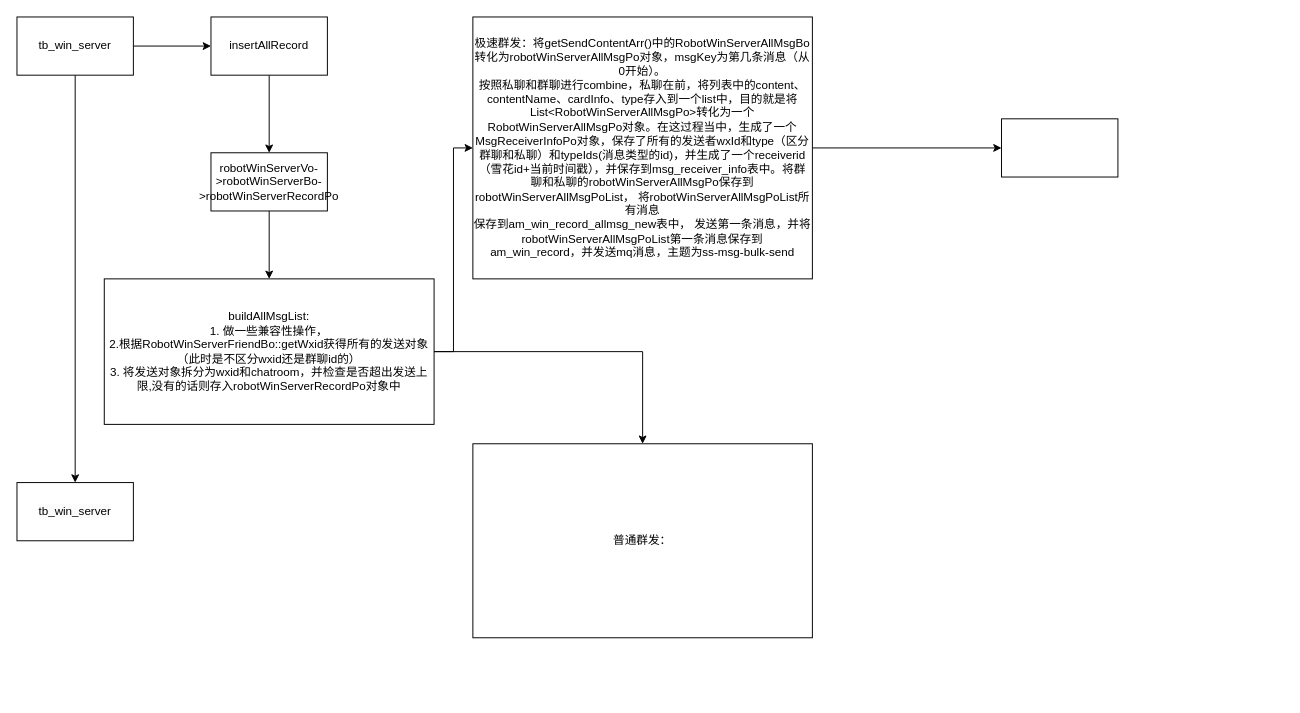
Earlier version of the draw.io diagram 通宝的群发流程图.drawio (1819011603/-). Source tidied: cells renumbered, new cells numbered last; positions are measured from the earlier drawing's top-left corner, leaving out a move shared by most shapes. Both pictures are drawn from the tidied source at 97%, with x=0, y=0 at pixel (16, 16).
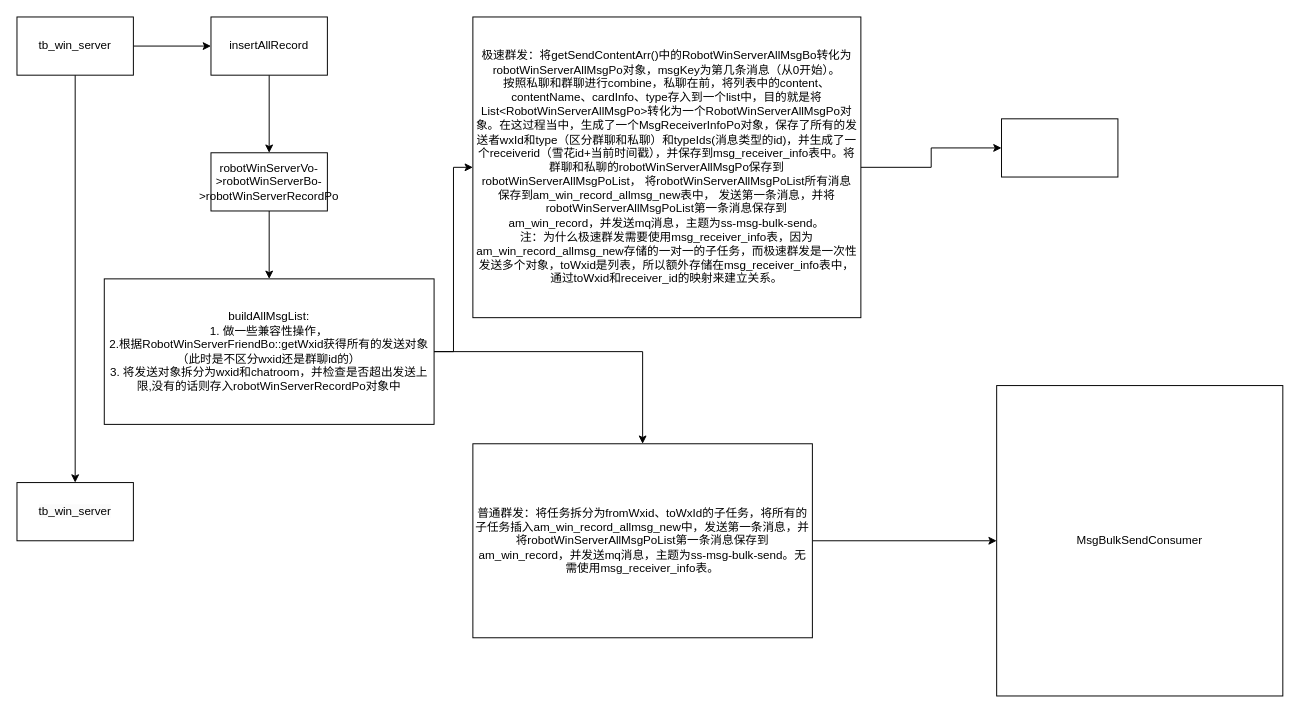
Above is the later version.

Commit message:
更新通宝的群发流程图.drawio

The edit, as a diff of the source:
```diff
@@
 <mxGraphModel>
   <root>
     <mxCell id="0" />
     <mxCell id="1" parent="0" />
     <mxCell id="2" style="edgeStyle=orthogonalEdgeStyle;rounded=0;jettySize=auto;html=1;" parent="1" edge="1" source="4" target="5">
       <mxGeometry relative="1" as="geometry" />
     </mxCell>
     <mxCell id="3" style="edgeStyle=orthogonalEdgeStyle;rounded=0;jettySize=auto;html=1;" parent="1" edge="1" source="4" target="7">
       <mxGeometry relative="1" as="geometry" />
     </mxCell>
     <mxCell id="4" value="tb_win_server" style="rounded=0;whiteSpace=wrap;html=1;" parent="1" vertex="1">
       <mxGeometry width="120" height="60" as="geometry" />
     </mxCell>
     <mxCell id="5" value="&lt;span style=&quot;color: rgb(0, 0, 0); font-family: Helvetica; font-size: 12px; font-style: normal; font-variant-ligatures: normal; font-variant-caps: normal; font-weight: 400; letter-spacing: normal; orphans: 2; text-align: center; text-indent: 0px; text-transform: none; widows: 2; word-spacing: 0px; -webkit-text-stroke-width: 0px; background-color: rgb(251, 251, 251); text-decoration-thickness: initial; text-decoration-style: initial; text-decoration-color: initial; float: none; display: inline !important;&quot;&gt;tb_win_server&lt;/span&gt;" style="whiteSpace=wrap;html=1;rounded=0;" parent="1" vertex="1">
       <mxGeometry y="480" width="120" height="60" as="geometry" />
     </mxCell>
     <mxCell id="6" style="edgeStyle=orthogonalEdgeStyle;rounded=0;jettySize=auto;html=1;" parent="1" edge="1" source="7" target="9">
       <mxGeometry relative="1" as="geometry" />
     </mxCell>
     <mxCell id="7" value="insertAllRecord" style="whiteSpace=wrap;html=1;rounded=0;" parent="1" vertex="1">
       <mxGeometry x="200" width="120" height="60" as="geometry" />
     </mxCell>
     <mxCell id="8" style="edgeStyle=orthogonalEdgeStyle;rounded=0;jettySize=auto;html=1;" parent="1" edge="1" source="9" target="12">
       <mxGeometry relative="1" as="geometry" />
     </mxCell>
     <mxCell id="9" value="robotWinServerVo-&amp;gt;robotWinServerBo-&amp;gt;robotWinServerRecordPo" style="whiteSpace=wrap;html=1;rounded=0;" parent="1" vertex="1">
       <mxGeometry x="200" y="140" width="120" height="60" as="geometry" />
     </mxCell>
     <mxCell id="10" style="edgeStyle=orthogonalEdgeStyle;rounded=0;jettySize=auto;html=1;" parent="1" edge="1" source="12" target="14">
       <mxGeometry relative="1" as="geometry" />
     </mxCell>
     <mxCell id="11" style="edgeStyle=orthogonalEdgeStyle;rounded=0;jettySize=auto;html=1;" parent="1" edge="1" source="12" target="15">
       <mxGeometry relative="1" as="geometry" />
     </mxCell>
     <mxCell id="12" value="buildAllMsgList:&lt;br&gt;1. 做一些兼容性操作，&lt;br&gt;2.根据RobotWinServerFriendBo::getWxid获得所有的发送对象（此时是不区分wxid还是群聊id的）&lt;br&gt;3. 将发送对象拆分为wxid和chatroom，并检查是否超出发送上限,没有的话则存入robotWinServerRecordPo对象中&lt;br&gt;" style="whiteSpace=wrap;html=1;rounded=0;" parent="1" vertex="1">
       <mxGeometry x="90" y="270" width="340" height="150" as="geometry" />
     </mxCell>
     <mxCell id="13" style="edgeStyle=orthogonalEdgeStyle;rounded=0;jettySize=auto;html=1;" parent="1" edge="1" source="14" target="16">
       <mxGeometry relative="1" as="geometry" />
     </mxCell>
-    <mxCell id="14" value="极速群发：将getSendContentArr()中的RobotWinServerAllMsgBo&lt;span style=&quot;background-color: initial;&quot;&gt;转化为&lt;/span&gt;&lt;span style=&quot;background-color: initial;&quot;&gt;robotWinServerAllMsgPo对象，&lt;/span&gt;msgKey为第几条消息（从0开始）。&lt;br&gt;按照私聊和群聊进行combine，私聊在前，将列表中的content、contentName、cardInfo、type存入到一个list中，目的就是将List&amp;lt;RobotWinServerAllMsgPo&amp;gt;转化为一个RobotWinServerAllMsgPo对象。在这过程当中，生成了一个MsgReceiverInfoPo对象，保存了所有的发送者wxId和type（区分群聊和私聊）和typeIds(消息类型的id)，并生成了一个receiverid（雪花id+当前时间戳），并保存到msg_receiver_info表中。将群聊和私聊的robotWinServerAllMsgPo保存到robotWinServerAllMsgPoList， 将robotWinServerAllMsgPoList所有消息&lt;br&gt;保存到am_win_record_allmsg_new表中， 发送第一条消息，并将robotWinServerAllMsgPoList第一条消息保存到&lt;br&gt;am_win_record，并发送mq消息，主题为ss-msg-bulk-send" style="whiteSpace=wrap;html=1;rounded=0;" parent="1" vertex="1">
-      <mxGeometry x="470" width="350" height="270" as="geometry" />
+    <mxCell id="14" value="极速群发：将getSendContentArr()中的RobotWinServerAllMsgBo&lt;span style=&quot;background-color: initial;&quot;&gt;转化为&lt;/span&gt;&lt;span style=&quot;background-color: initial;&quot;&gt;robotWinServerAllMsgPo对象，&lt;/span&gt;msgKey为第几条消息（从0开始）。&lt;br&gt;按照私聊和群聊进行combine，私聊在前，将列表中的content、contentName、cardInfo、type存入到一个list中，目的就是将List&amp;lt;RobotWinServerAllMsgPo&amp;gt;转化为一个RobotWinServerAllMsgPo对象。在这过程当中，生成了一个MsgReceiverInfoPo对象，保存了所有的发送者wxId和type（区分群聊和私聊）和typeIds(消息类型的id)，并生成了一个receiverid（雪花id+当前时间戳），并保存到msg_receiver_info表中。将群聊和私聊的robotWinServerAllMsgPo保存到robotWinServerAllMsgPoList， 将robotWinServerAllMsgPoList所有消息&lt;br&gt;保存到am_win_record_allmsg_new表中， 发送第一条消息，并将robotWinServerAllMsgPoList第一条消息保存到&lt;br&gt;am_win_record，并发送mq消息，主题为ss-msg-bulk-send。&lt;br&gt;注：为什么极速群发需要使用msg_receiver_info表，因为am_win_record_allmsg_new存储的一对一的子任务，而极速群发是一次性发送多个对象，toWxid是列表，所以额外存储在msg_receiver_info表中，通过toWxid和receiver_id的映射来建立关系。" style="whiteSpace=wrap;html=1;rounded=0;" parent="1" vertex="1">
+      <mxGeometry x="470" width="400" height="310" as="geometry" />
     </mxCell>
+    <mxCell id="17" style="edgeStyle=orthogonalEdgeStyle;rounded=0;jettySize=auto;html=1;" parent="1" edge="1" source="15" target="18">
+      <mxGeometry relative="1" as="geometry" />
+    </mxCell>
-    <mxCell id="15" value="普通群发：" style="whiteSpace=wrap;html=1;rounded=0;" parent="1" vertex="1">
+    <mxCell id="15" value="普通群发：将任务拆分为fromWxid、toWxId的子任务，将所有的子任务插入am_win_record_allmsg_new中，发送第一条消息，并将robotWinServerAllMsgPoList第一条消息保存到&lt;br style=&quot;border-color: var(--border-color);&quot;&gt;am_win_record，并发送mq消息，主题为ss-msg-bulk-send。无需使用msg_receiver_info表。" style="whiteSpace=wrap;html=1;rounded=0;" parent="1" vertex="1">
       <mxGeometry x="470" y="440" width="350" height="200" as="geometry" />
     </mxCell>
     <mxCell id="16" style="whiteSpace=wrap;html=1;rounded=0;" parent="1" vertex="1">
       <mxGeometry x="1015" y="105" width="120" height="60" as="geometry" />
     </mxCell>
+    <mxCell id="18" value="MsgBulkSendConsumer" style="whiteSpace=wrap;html=1;rounded=0;" parent="1" vertex="1">
+      <mxGeometry x="1010" y="380" width="295" height="320" as="geometry" />
+    </mxCell>
   </root>
 </mxGraphModel>
```
